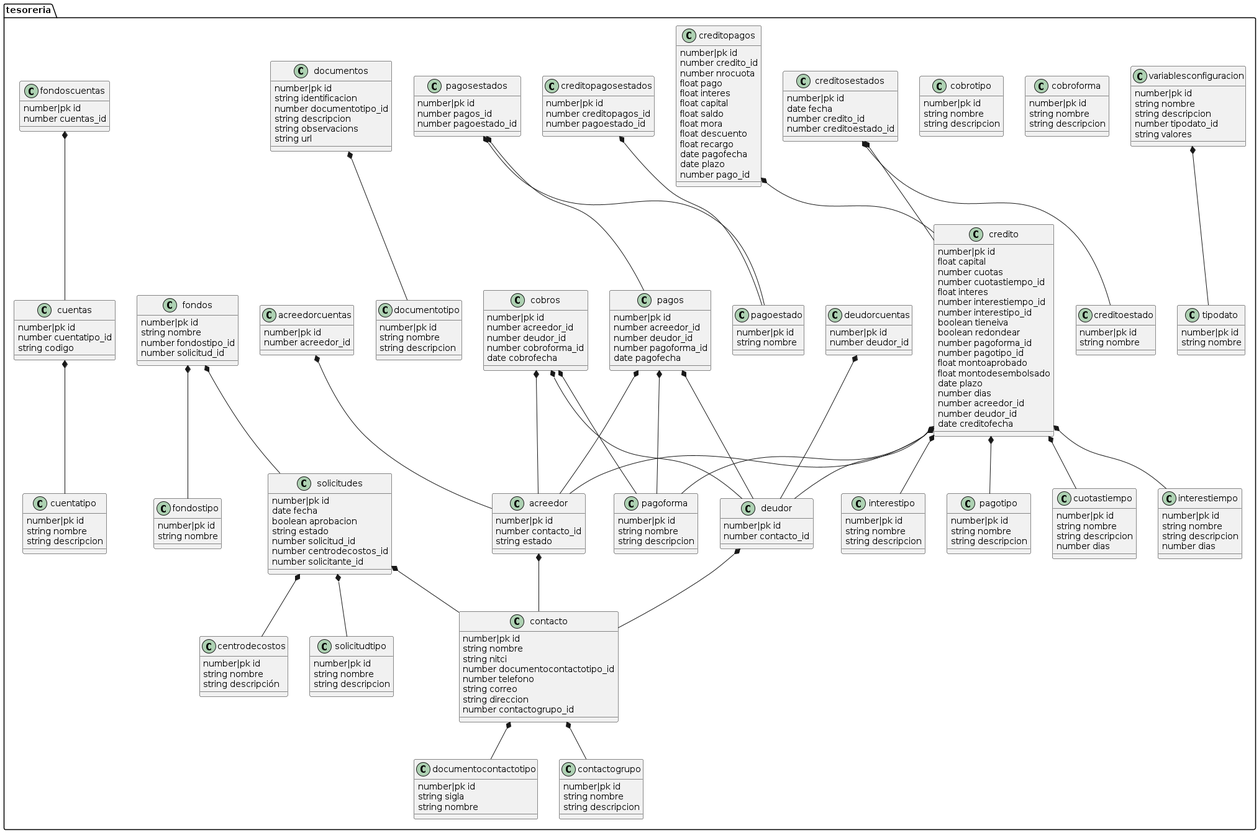
This is public/diagrams/temp.png from jptord/apimaster, a PlantUML export, as it was before one commit.
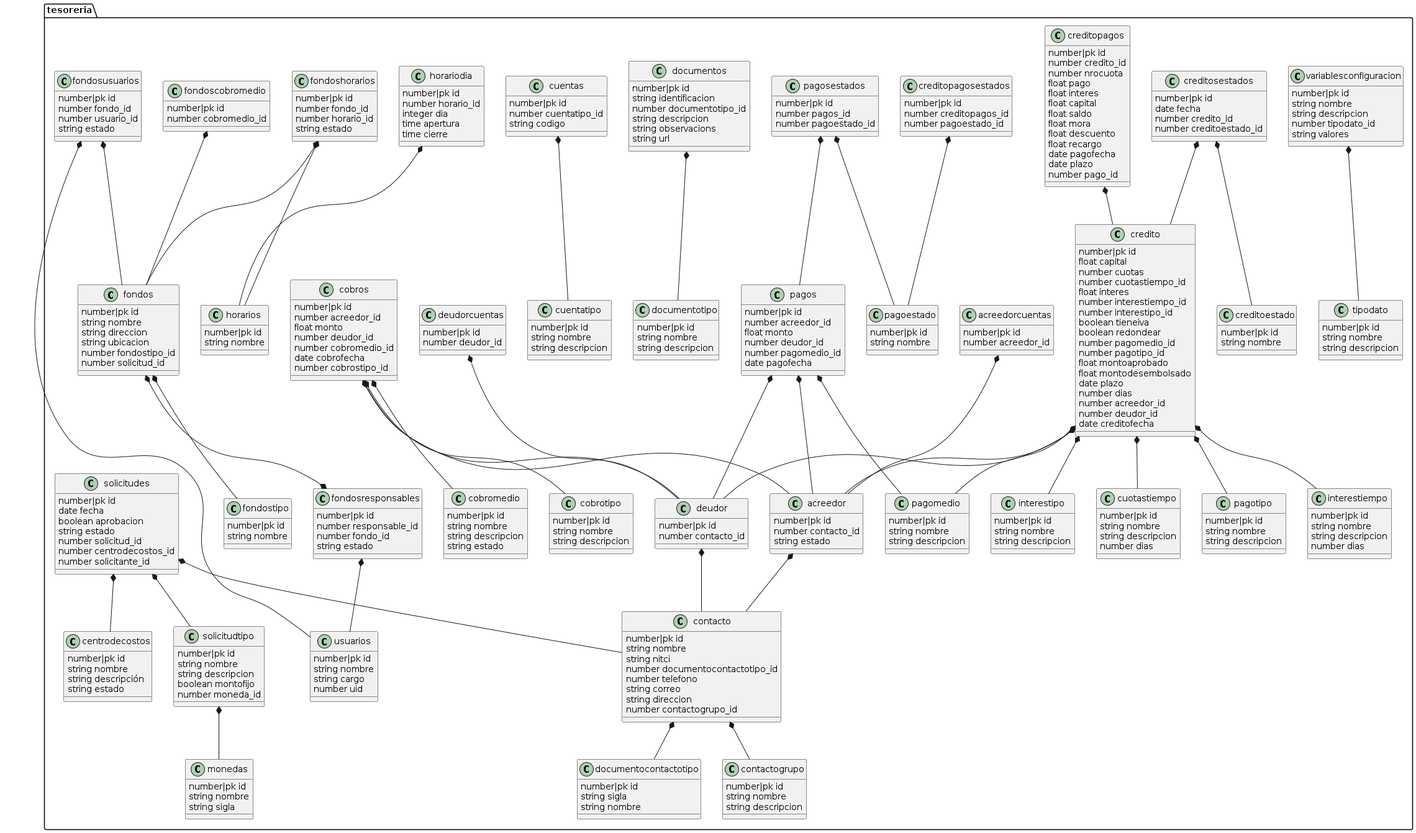
After the change.

Change to the diagram source:
```diff
@@ -3,6 +3,7 @@
 	class tipodato{
 		number|pk id
 		string nombre
+		string descripcion
 	}
 	class variablesconfiguracion{
 		number|pk id
@@ -10,6 +11,11 @@
 		string descripcion
 		number tipodato_id
 		string valores
+	}
+	class monedas{
+		number|pk id
+		string nombre
+		string sigla
 	}
 	class cuotastiempo{
 		number|pk id
@@ -28,22 +34,12 @@
 		string nombre
 		string descripcion
 	}
-	class pagoforma{
+	class pagomedio{
 		number|pk id
 		string nombre
 		string descripcion
 	}
 	class pagotipo{
-		number|pk id
-		string nombre
-		string descripcion
-	}
-	class cobroforma{
-		number|pk id
-		string nombre
-		string descripcion
-	}
-	class cobrotipo{
 		number|pk id
 		string nombre
 		string descripcion
@@ -91,7 +87,7 @@
 		number interestipo_id
 		boolean tieneiva
 		boolean redondear
-		number pagoforma_id
+		number pagomedio_id
 		number pagotipo_id
 		float montoaprobado
 		float montodesembolsado
@@ -139,16 +135,30 @@
 	class pagos{
 		number|pk id
 		number acreedor_id
+		float monto
 		number deudor_id
-		number pagoforma_id
+		number pagomedio_id
 		date pagofecha
 	}
 	class cobros{
 		number|pk id
 		number acreedor_id
+		float monto
 		number deudor_id
-		number cobroforma_id
+		number cobromedio_id
 		date cobrofecha
+		number cobrostipo_id
+	}
+	class cobromedio{
+		number|pk id
+		string nombre
+		string descripcion
+		string estado
+	}
+	class cobrotipo{
+		number|pk id
+		string nombre
+		string descripcion
 	}
 	class documentotipo{
 		number|pk id
@@ -185,20 +195,59 @@
 		number|pk id
 		string nombre
 	}
+	class usuarios{
+		number|pk id
+		string nombre
+		string cargo
+		number uid
+	}
 	class fondos{
 		number|pk id
 		string nombre
+		string direccion
+		string ubicacion
 		number fondostipo_id
 		number solicitud_id
 	}
-	class fondoscuentas{
+	class fondosresponsables{
 		number|pk id
-		number cuentas_id
+		number responsable_id
+		number fondo_id
+		string estado
+	}
+	class fondoshorarios{
+		number|pk id
+		number fondo_id
+		number horario_id
+		string estado
+	}
+	class fondoscobromedio{
+		number|pk id
+		number cobromedio_id
+	}
+	class horarios{
+		number|pk id
+		string nombre
+	}
+	class horariodia{
+		number|pk id
+		number horario_id
+		integer dia
+		time apertura
+		time cierre
+	}
+	class fondosusuarios{
+		number|pk id
+		number fondo_id
+		number usuario_id
+		string estado
 	}
 	class solicitudtipo{
 		number|pk id
 		string nombre
 		string descripcion
+		boolean montofijo
+		number moneda_id
 	}
 	class solicitudes{
 		number|pk id
@@ -213,6 +262,7 @@
 		number|pk id
 		string nombre
 		string descripción
+		string estado
 	}
 variablesconfiguracion *-- tipodato
 acreedor *-- contacto
@@ -222,7 +272,7 @@
 credito *-- cuotastiempo
 credito *-- interestiempo
 credito *-- interestipo
-credito *-- pagoforma
+credito *-- pagomedio
 credito *-- pagotipo
 credito *-- acreedor
 credito *-- deudor
@@ -234,17 +284,25 @@
 creditopagos *-- credito
 pagos *-- acreedor
 pagos *-- deudor
-pagos *-- pagoforma
+pagos *-- pagomedio
 cobros *-- acreedor
 cobros *-- deudor
-cobros *-- pagoforma
+cobros *-- cobromedio
+cobros *-- cobrotipo
 documentos *-- documentotipo
 cuentas *-- cuentatipo
 acreedorcuentas *-- acreedor
 deudorcuentas *-- deudor
 fondos *-- fondostipo
-fondos *-- solicitudes
-fondoscuentas *-- cuentas
+fondos *--* fondosresponsables
+fondosresponsables *-- usuarios
+fondoshorarios *-- fondos
+fondoshorarios *-- horarios
+fondoscobromedio *-- fondos
+horariodia *-- horarios
+fondosusuarios *-- fondos
+fondosusuarios *-- usuarios
+solicitudtipo *-- monedas
 solicitudes *-- contacto
 solicitudes *-- solicitudtipo
 solicitudes *-- centrodecostos
```
